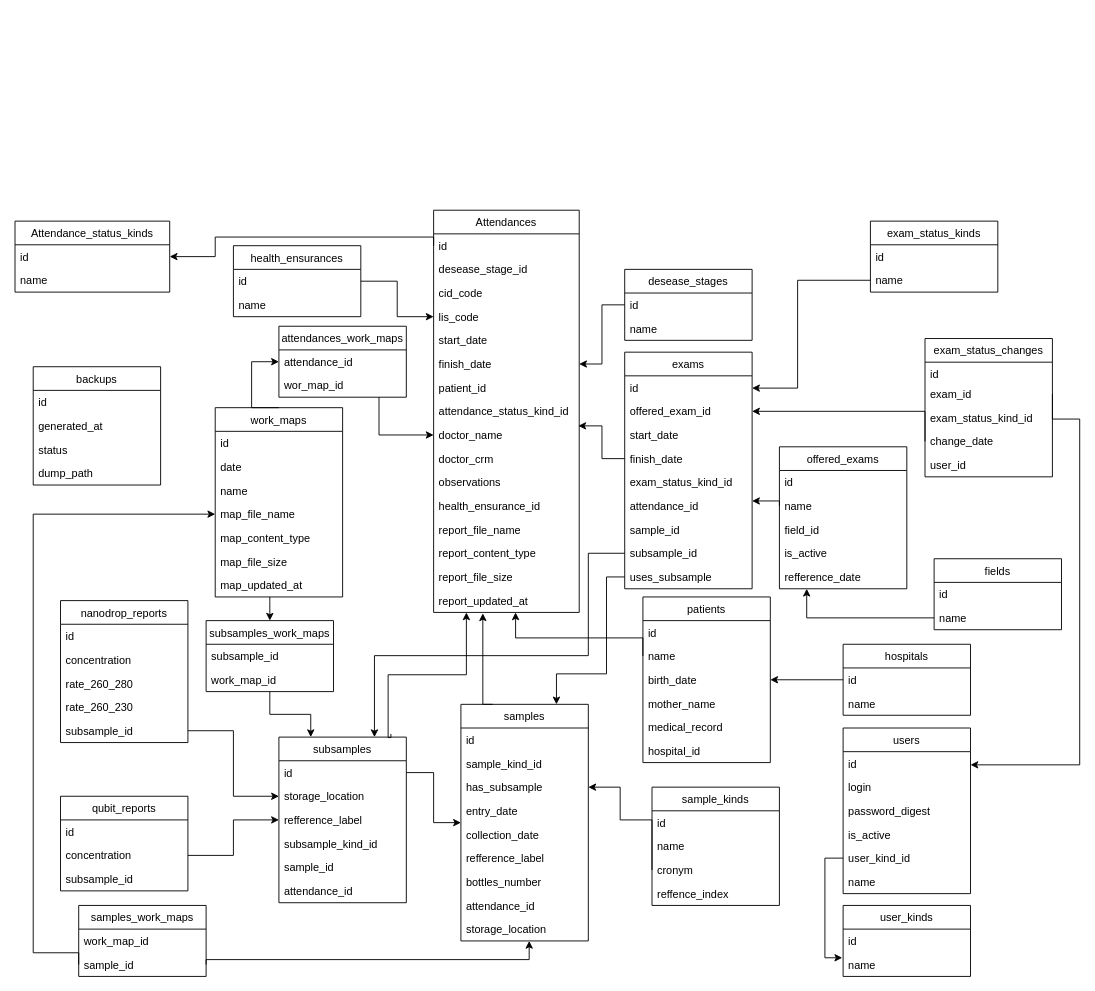
This is database.drawio from joaofelipe1294/genomico, a draw.io file, before an edit. Source tidied: cells renumbered, new cells numbered last; positions are measured from the earlier drawing's top-left corner, leaving out a move shared by most shapes. Both pictures are drawn from the tidied source at 91%, with x=0, y=0 at pixel (15, 209).
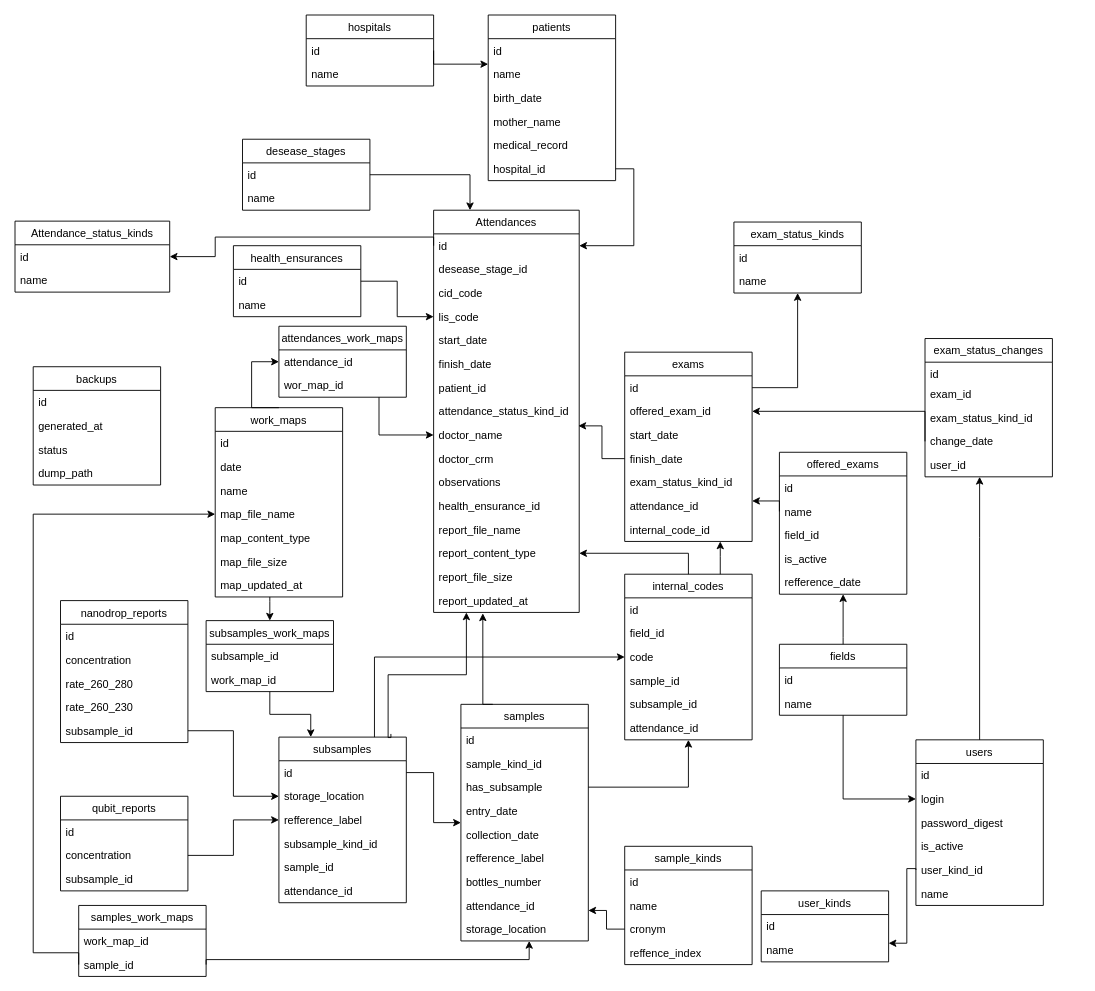
The same diagram, later.

Commit message:
Atualizado diagrama do banco de dados.

The change refers to these unchanged cells:
```xml
<mxCell id="5" value="Attendances" style="swimlane;fontStyle=0;horizontal=1;startSize=26;fillColor=none;" parent="1" vertex="1">
  <mxGeometry x="460" y="0.5" width="160" height="442" as="geometry" />
</mxCell>
<mxCell id="6" value="id" style="text;strokeColor=none;fillColor=none;align=left;verticalAlign=top;spacingLeft=4;spacingRight=4;overflow=hidden;points=[[0,0.5],[1,0.5]];portConstraint=eastwest;" parent="5" vertex="1">
  <mxGeometry y="26" width="160" height="26" as="geometry" />
</mxCell>
<mxCell id="11" value="finish_date" style="text;strokeColor=none;fillColor=none;align=left;verticalAlign=top;spacingLeft=4;spacingRight=4;overflow=hidden;points=[[0,0.5],[1,0.5]];portConstraint=eastwest;" parent="5" vertex="1">
  <mxGeometry y="156" width="160" height="26" as="geometry" />
</mxCell>
<mxCell id="19" value="report_content_type" style="text;strokeColor=none;fillColor=none;align=left;verticalAlign=top;spacingLeft=4;spacingRight=4;overflow=hidden;points=[[0,0.5],[1,0.5]];portConstraint=eastwest;" parent="5" vertex="1">
  <mxGeometry y="364" width="160" height="26" as="geometry" />
</mxCell>
<mxCell id="21" value="report_updated_at" style="text;strokeColor=none;fillColor=none;align=left;verticalAlign=top;spacingLeft=4;spacingRight=4;overflow=hidden;points=[[0,0.5],[1,0.5]];portConstraint=eastwest;" parent="5" vertex="1">
  <mxGeometry y="416" width="160" height="26" as="geometry" />
</mxCell>
<mxCell id="31" value="id" style="text;strokeColor=none;fillColor=none;align=left;verticalAlign=top;spacingLeft=4;spacingRight=4;overflow=hidden;points=[[0,0.5],[1,0.5]];portConstraint=eastwest;" parent="30" vertex="1">
  <mxGeometry y="26" width="140" height="26" as="geometry" />
</mxCell>
<mxCell id="33" value="exam_status_changes" style="swimlane;fontStyle=0;horizontal=1;startSize=26;fillColor=none;" parent="1" vertex="1">
  <mxGeometry x="1000" y="141.5" width="140" height="152" as="geometry" />
</mxCell>
<mxCell id="35" value="exam_id" style="text;strokeColor=none;fillColor=none;align=left;verticalAlign=top;spacingLeft=4;spacingRight=4;overflow=hidden;points=[[0,0.5],[1,0.5]];portConstraint=eastwest;" parent="33" vertex="1">
  <mxGeometry y="48" width="140" height="26" as="geometry" />
</mxCell>
<mxCell id="41" value="name" style="text;strokeColor=none;fillColor=none;align=left;verticalAlign=top;spacingLeft=4;spacingRight=4;overflow=hidden;points=[[0,0.5],[1,0.5]];portConstraint=eastwest;" parent="39" vertex="1">
  <mxGeometry y="52" width="140" height="26" as="geometry" />
</mxCell>
<mxCell id="43" value="id" style="text;strokeColor=none;fillColor=none;align=left;verticalAlign=top;spacingLeft=4;spacingRight=4;overflow=hidden;points=[[0,0.5],[1,0.5]];portConstraint=eastwest;" parent="42" vertex="1">
  <mxGeometry y="26" width="140" height="26" as="geometry" />
</mxCell>
<mxCell id="55" value="name" style="text;strokeColor=none;fillColor=none;align=left;verticalAlign=top;spacingLeft=4;spacingRight=4;overflow=hidden;points=[[0,0.5],[1,0.5]];portConstraint=eastwest;" parent="53" vertex="1">
  <mxGeometry y="52" width="140" height="26" as="geometry" />
</mxCell>
<mxCell id="60" value="id" style="text;strokeColor=none;fillColor=none;align=left;verticalAlign=top;spacingLeft=4;spacingRight=4;overflow=hidden;points=[[0,0.5],[1,0.5]];portConstraint=eastwest;" parent="59" vertex="1">
  <mxGeometry y="26" width="140" height="26" as="geometry" />
</mxCell>
<mxCell id="77" value="name" style="text;strokeColor=none;fillColor=none;align=left;verticalAlign=top;spacingLeft=4;spacingRight=4;overflow=hidden;points=[[0,0.5],[1,0.5]];portConstraint=eastwest;" parent="75" vertex="1">
  <mxGeometry y="52" width="140" height="26" as="geometry" />
</mxCell>
<mxCell id="81" value="hospital_id" style="text;strokeColor=none;fillColor=none;align=left;verticalAlign=top;spacingLeft=4;spacingRight=4;overflow=hidden;points=[[0,0.5],[1,0.5]];portConstraint=eastwest;" parent="75" vertex="1">
  <mxGeometry y="156" width="140" height="26" as="geometry" />
</mxCell>
<mxCell id="91" value="cronym" style="text;strokeColor=none;fillColor=none;align=left;verticalAlign=top;spacingLeft=4;spacingRight=4;overflow=hidden;points=[[0,0.5],[1,0.5]];portConstraint=eastwest;" parent="88" vertex="1">
  <mxGeometry y="78" width="140" height="26" as="geometry" />
</mxCell>
<mxCell id="94" value="samples" style="swimlane;fontStyle=0;horizontal=1;startSize=26;fillColor=none;" parent="1" vertex="1">
  <mxGeometry x="490" y="543.5" width="140" height="260" as="geometry" />
</mxCell>
<mxCell id="97" value="has_subsample" style="text;strokeColor=none;fillColor=none;align=left;verticalAlign=top;spacingLeft=4;spacingRight=4;overflow=hidden;points=[[0,0.5],[1,0.5]];portConstraint=eastwest;" parent="94" vertex="1">
  <mxGeometry y="78" width="140" height="26" as="geometry" />
</mxCell>
<mxCell id="102" value="attendance_id" style="text;strokeColor=none;fillColor=none;align=left;verticalAlign=top;spacingLeft=4;spacingRight=4;overflow=hidden;points=[[0,0.5],[1,0.5]];portConstraint=eastwest;" parent="94" vertex="1">
  <mxGeometry y="208" width="140" height="26" as="geometry" />
</mxCell>
<mxCell id="109" value="subsamples" style="swimlane;fontStyle=0;horizontal=1;startSize=26;fillColor=none;" parent="1" vertex="1">
  <mxGeometry x="290" y="579.5" width="140" height="182" as="geometry" />
</mxCell>
<mxCell id="124" value="id" style="text;strokeColor=none;fillColor=none;align=left;verticalAlign=top;spacingLeft=4;spacingRight=4;overflow=hidden;points=[[0,0.5],[1,0.5]];portConstraint=eastwest;" parent="123" vertex="1">
  <mxGeometry y="26" width="140" height="26" as="geometry" />
</mxCell>
<mxCell id="128" value="login" style="text;strokeColor=none;fillColor=none;align=left;verticalAlign=top;spacingLeft=4;spacingRight=4;overflow=hidden;points=[[0,0.5],[1,0.5]];portConstraint=eastwest;" parent="126" vertex="1">
  <mxGeometry y="52" width="140" height="26" as="geometry" />
</mxCell>
<mxCell id="131" value="user_kind_id" style="text;strokeColor=none;fillColor=none;align=left;verticalAlign=top;spacingLeft=4;spacingRight=4;overflow=hidden;points=[[0,0.5],[1,0.5]];portConstraint=eastwest;" parent="126" vertex="1">
  <mxGeometry y="130" width="140" height="26" as="geometry" />
</mxCell>
```

The edit, as a diff of the source:
```diff
@@
     <mxCell id="30" value="desease_stages" style="swimlane;fontStyle=0;horizontal=1;startSize=26;fillColor=none;" parent="1" vertex="1">
-      <mxGeometry x="670" y="65.5" width="140" height="78" as="geometry" />
+      <mxGeometry x="250" y="-77.5" width="140" height="78" as="geometry" />
     </mxCell>
@@
     <mxCell id="39" value="exam_status_kinds" style="swimlane;fontStyle=0;horizontal=1;startSize=26;fillColor=none;" parent="1" vertex="1">
-      <mxGeometry x="940" y="12.5" width="140" height="78" as="geometry" />
+      <mxGeometry x="790" y="13.5" width="140" height="78" as="geometry" />
     </mxCell>
@@
     <mxCell id="42" value="exams" style="swimlane;fontStyle=0;horizontal=1;startSize=26;fillColor=none;" parent="1" vertex="1">
-      <mxGeometry x="670" y="156.5" width="140" height="260" as="geometry" />
+      <mxGeometry x="670" y="156.5" width="140" height="208" as="geometry" />
     </mxCell>
@@
-    <mxCell id="49" value="sample_id" style="text;strokeColor=none;fillColor=none;align=left;verticalAlign=top;spacingLeft=4;spacingRight=4;overflow=hidden;" parent="42" vertex="1">
-      <mxGeometry y="182" width="140" height="26" as="geometry" />
-    </mxCell>
-    <mxCell id="50" value="subsample_id" style="text;strokeColor=none;fillColor=none;align=left;verticalAlign=top;spacingLeft=4;spacingRight=4;overflow=hidden;points=[[0,0.5],[1,0.5]];portConstraint=eastwest;" parent="42" vertex="1">
-      <mxGeometry y="208" width="140" height="26" as="geometry" />
-    </mxCell>
-    <mxCell id="51" value="uses_subsample" style="text;strokeColor=none;fillColor=none;align=left;verticalAlign=top;spacingLeft=4;spacingRight=4;overflow=hidden;points=[[0,0.5],[1,0.5]];portConstraint=eastwest;" parent="42" vertex="1">
-      <mxGeometry y="234" width="140" height="26" as="geometry" />
-    </mxCell>
+    <mxCell id="156" value="internal_code_id" style="text;strokeColor=none;fillColor=none;align=left;verticalAlign=top;spacingLeft=4;spacingRight=4;overflow=hidden;" parent="42" vertex="1">
+      <mxGeometry y="182" width="140" height="26" as="geometry" />
+    </mxCell>
@@
+    <mxCell id="157" style="edgeStyle=orthogonalEdgeStyle;rounded=0;jettySize=auto;html=1;" parent="1" edge="1" source="53" target="128">
+      <mxGeometry relative="1" as="geometry" />
+    </mxCell>
     <mxCell id="53" value="fields" style="swimlane;fontStyle=0;horizontal=1;startSize=26;fillColor=none;" parent="1" vertex="1">
-      <mxGeometry x="1010" y="383.5" width="140" height="78" as="geometry" />
+      <mxGeometry x="840" y="477.5" width="140" height="78" as="geometry" />
     </mxCell>
@@
     <mxCell id="59" value="hospitals" style="swimlane;fontStyle=0;horizontal=1;startSize=26;fillColor=none;" parent="1" vertex="1">
-      <mxGeometry x="910" y="477.5" width="140" height="78" as="geometry" />
+      <mxGeometry x="320" y="-214" width="140" height="78" as="geometry" />
     </mxCell>
@@
     <mxCell id="68" value="offered_exams" style="swimlane;fontStyle=0;horizontal=1;startSize=26;fillColor=none;" parent="1" vertex="1">
-      <mxGeometry x="840" y="260.5" width="140" height="156" as="geometry" />
+      <mxGeometry x="840" y="266.5" width="140" height="156" as="geometry" />
     </mxCell>
@@
-    <mxCell id="74" style="edgeStyle=orthogonalEdgeStyle;rounded=0;jettySize=auto;html=1;exitX=0;exitY=0.5;exitDx=0;exitDy=0;" parent="1" edge="1" source="55" target="68">
+    <mxCell id="74" style="edgeStyle=orthogonalEdgeStyle;rounded=0;jettySize=auto;html=1;exitX=0.5;exitY=0;exitDx=0;exitDy=0;" parent="1" edge="1" source="53" target="68">
       <mxGeometry relative="1" as="geometry">
         <Array as="points">
-          <mxPoint x="870" y="449" />
+          <mxPoint x="910" y="470" />
+          <mxPoint x="910" y="470" />
         </Array>
       </mxGeometry>
     </mxCell>
     <mxCell id="75" value="patients" style="swimlane;fontStyle=0;horizontal=1;startSize=26;fillColor=none;" parent="1" vertex="1">
-      <mxGeometry x="690" y="425.5" width="140" height="182" as="geometry" />
+      <mxGeometry x="520" y="-214" width="140" height="182" as="geometry" />
     </mxCell>
@@
-    <mxCell id="82" style="edgeStyle=orthogonalEdgeStyle;rounded=0;jettySize=auto;html=1;exitX=0;exitY=0.5;exitDx=0;exitDy=0;entryX=0.563;entryY=1;entryDx=0;entryDy=0;entryPerimeter=0;" parent="1" edge="1" source="77" target="21">
-      <mxGeometry relative="1" as="geometry">
-        <Array as="points">
-          <mxPoint x="690" y="470.5" />
-          <mxPoint x="550" y="470.5" />
-        </Array>
-      </mxGeometry>
-    </mxCell>
-    <mxCell id="83" style="edgeStyle=orthogonalEdgeStyle;rounded=0;jettySize=auto;html=1;exitX=0;exitY=0.5;exitDx=0;exitDy=0;" parent="1" edge="1" source="60" target="75">
-      <mxGeometry relative="1" as="geometry" />
-    </mxCell>
@@
     <mxCell id="88" value="sample_kinds" style="swimlane;fontStyle=0;horizontal=1;startSize=26;fillColor=none;" parent="1" vertex="1">
-      <mxGeometry x="700" y="634.5" width="140" height="130" as="geometry" />
+      <mxGeometry x="670" y="699.5" width="140" height="130" as="geometry" />
     </mxCell>
@@
-    <mxCell id="104" style="edgeStyle=orthogonalEdgeStyle;rounded=0;jettySize=auto;html=1;exitX=0;exitY=0.5;exitDx=0;exitDy=0;entryX=1;entryY=0.5;entryDx=0;entryDy=0;" parent="1" edge="1" source="91" target="97">
+    <mxCell id="104" style="edgeStyle=orthogonalEdgeStyle;rounded=0;jettySize=auto;html=1;exitX=0;exitY=0.5;exitDx=0;exitDy=0;" parent="1" edge="1" source="91" target="102">
       <mxGeometry relative="1" as="geometry">
         <Array as="points">
-          <mxPoint x="700" y="670.5" />
-          <mxPoint x="665" y="670.5" />
-          <mxPoint x="665" y="634.5" />
+          <mxPoint x="650" y="791" />
+          <mxPoint x="650" y="770" />
         </Array>
       </mxGeometry>
     </mxCell>
@@
+    <mxCell id="158" style="edgeStyle=orthogonalEdgeStyle;rounded=0;jettySize=auto;html=1;exitX=0.75;exitY=0;exitDx=0;exitDy=0;" parent="1" edge="1" source="109" target="162">
+      <mxGeometry relative="1" as="geometry" />
+    </mxCell>
@@
     <mxCell id="123" value="user_kinds" style="swimlane;fontStyle=0;horizontal=1;startSize=26;fillColor=none;" parent="1" vertex="1">
-      <mxGeometry x="910" y="764.5" width="140" height="78" as="geometry" />
+      <mxGeometry x="820" y="748.5" width="140" height="78" as="geometry" />
     </mxCell>
@@
+    <mxCell id="159" style="edgeStyle=orthogonalEdgeStyle;rounded=0;jettySize=auto;html=1;exitX=0.5;exitY=0;exitDx=0;exitDy=0;" parent="1" edge="1" source="126" target="33">
+      <mxGeometry relative="1" as="geometry">
+        <Array as="points">
+          <mxPoint x="1060" y="360" />
+          <mxPoint x="1060" y="360" />
+        </Array>
+      </mxGeometry>
+    </mxCell>
     <mxCell id="126" value="users" style="swimlane;fontStyle=0;horizontal=1;startSize=26;fillColor=none;" parent="1" vertex="1">
-      <mxGeometry x="910" y="569.5" width="140" height="182" as="geometry" />
+      <mxGeometry x="990" y="582.5" width="140" height="182" as="geometry" />
     </mxCell>
@@
-    <mxCell id="146" style="edgeStyle=orthogonalEdgeStyle;rounded=0;jettySize=auto;html=1;exitX=0;exitY=0.5;exitDx=0;exitDy=0;entryX=-0.007;entryY=1.212;entryDx=0;entryDy=0;entryPerimeter=0;" parent="1" edge="1" source="131" target="124">
-      <mxGeometry relative="1" as="geometry" />
+    <mxCell id="146" style="edgeStyle=orthogonalEdgeStyle;rounded=0;jettySize=auto;html=1;exitX=0;exitY=0.5;exitDx=0;exitDy=0;" parent="1" edge="1" source="131">
+      <mxGeometry relative="1" as="geometry">
+        <mxPoint x="960" y="806" as="targetPoint" />
+        <Array as="points">
+          <mxPoint x="980" y="724" />
+          <mxPoint x="980" y="806" />
+        </Array>
+      </mxGeometry>
     </mxCell>
@@
-    <mxCell id="148" style="edgeStyle=orthogonalEdgeStyle;rounded=0;jettySize=auto;html=1;exitX=0;exitY=0.5;exitDx=0;exitDy=0;" parent="1" edge="1" source="41" target="43">
-      <mxGeometry relative="1" as="geometry">
-        <Array as="points">
-          <mxPoint x="860" y="78" />
-          <mxPoint x="860" y="196" />
-        </Array>
-      </mxGeometry>
-    </mxCell>
-    <mxCell id="149" style="edgeStyle=orthogonalEdgeStyle;rounded=0;jettySize=auto;html=1;exitX=0;exitY=0.5;exitDx=0;exitDy=0;" parent="1" edge="1" source="31" target="11">
-      <mxGeometry relative="1" as="geometry" />
-    </mxCell>
@@
-    <mxCell id="153" style="edgeStyle=orthogonalEdgeStyle;rounded=0;jettySize=auto;html=1;exitX=0;exitY=0.5;exitDx=0;exitDy=0;entryX=0.75;entryY=0;entryDx=0;entryDy=0;" parent="1" edge="1" source="51" target="94">
-      <mxGeometry relative="1" as="geometry">
-        <Array as="points">
-          <mxPoint x="650" y="404" />
-          <mxPoint x="650" y="510" />
-          <mxPoint x="595" y="510" />
-        </Array>
-      </mxGeometry>
-    </mxCell>
-    <mxCell id="154" style="edgeStyle=orthogonalEdgeStyle;rounded=0;jettySize=auto;html=1;exitX=0;exitY=0.5;exitDx=0;exitDy=0;entryX=0.75;entryY=0;entryDx=0;entryDy=0;" parent="1" edge="1" source="50" target="109">
-      <mxGeometry relative="1" as="geometry">
-        <Array as="points">
-          <mxPoint x="630" y="378" />
-          <mxPoint x="630" y="490" />
-          <mxPoint x="395" y="490" />
-        </Array>
-      </mxGeometry>
-    </mxCell>
-    <mxCell id="155" style="edgeStyle=orthogonalEdgeStyle;rounded=0;jettySize=auto;html=1;exitX=1;exitY=0.5;exitDx=0;exitDy=0;" parent="1" edge="1" source="35" target="126">
-      <mxGeometry relative="1" as="geometry">
-        <Array as="points">
-          <mxPoint x="1140" y="230" />
-          <mxPoint x="1170" y="230" />
-          <mxPoint x="1170" y="610" />
-        </Array>
-      </mxGeometry>
-    </mxCell>
+    <mxCell id="160" style="edgeStyle=orthogonalEdgeStyle;rounded=0;jettySize=auto;html=1;exitX=0.5;exitY=0;exitDx=0;exitDy=0;entryX=1;entryY=0.5;entryDx=0;entryDy=0;" parent="1" edge="1" source="162" target="19">
+      <mxGeometry relative="1" as="geometry" />
+    </mxCell>
+    <mxCell id="161" style="edgeStyle=orthogonalEdgeStyle;rounded=0;jettySize=auto;html=1;exitX=0.75;exitY=0;exitDx=0;exitDy=0;" parent="1" edge="1" source="162" target="42">
+      <mxGeometry relative="1" as="geometry">
+        <Array as="points">
+          <mxPoint x="775" y="381" />
+          <mxPoint x="775" y="381" />
+        </Array>
+      </mxGeometry>
+    </mxCell>
+    <mxCell id="162" value="internal_codes" style="swimlane;fontStyle=0;horizontal=1;startSize=26;fillColor=none;" parent="1" vertex="1">
+      <mxGeometry x="670" y="400.5" width="140" height="182" as="geometry" />
+    </mxCell>
+    <mxCell id="163" value="id" style="text;strokeColor=none;fillColor=none;align=left;verticalAlign=top;spacingLeft=4;spacingRight=4;overflow=hidden;" parent="162" vertex="1">
+      <mxGeometry y="26" width="140" height="26" as="geometry" />
+    </mxCell>
+    <mxCell id="164" value="field_id" style="text;strokeColor=none;fillColor=none;align=left;verticalAlign=top;spacingLeft=4;spacingRight=4;overflow=hidden;" parent="162" vertex="1">
+      <mxGeometry y="52" width="140" height="26" as="geometry" />
+    </mxCell>
+    <mxCell id="165" value="code" style="text;strokeColor=none;fillColor=none;align=left;verticalAlign=top;spacingLeft=4;spacingRight=4;overflow=hidden;" parent="162" vertex="1">
+      <mxGeometry y="78" width="140" height="26" as="geometry" />
+    </mxCell>
+    <mxCell id="49" value="sample_id" style="text;strokeColor=none;fillColor=none;align=left;verticalAlign=top;spacingLeft=4;spacingRight=4;overflow=hidden;" parent="162" vertex="1">
+      <mxGeometry y="104" width="140" height="26" as="geometry" />
+    </mxCell>
+    <mxCell id="50" value="subsample_id" style="text;strokeColor=none;fillColor=none;align=left;verticalAlign=top;spacingLeft=4;spacingRight=4;overflow=hidden;points=[[0,0.5],[1,0.5]];portConstraint=eastwest;" parent="162" vertex="1">
+      <mxGeometry y="130" width="140" height="26" as="geometry" />
+    </mxCell>
+    <mxCell id="166" value="attendance_id" style="text;strokeColor=none;fillColor=none;align=left;verticalAlign=top;spacingLeft=4;spacingRight=4;overflow=hidden;" parent="162" vertex="1">
+      <mxGeometry y="156" width="140" height="26" as="geometry" />
+    </mxCell>
+    <mxCell id="167" style="edgeStyle=orthogonalEdgeStyle;rounded=0;jettySize=auto;html=1;exitX=1;exitY=0.5;exitDx=0;exitDy=0;" parent="1" edge="1" source="81" target="6">
+      <mxGeometry relative="1" as="geometry" />
+    </mxCell>
+    <mxCell id="83" style="edgeStyle=orthogonalEdgeStyle;rounded=0;jettySize=auto;html=1;exitX=1;exitY=0.5;exitDx=0;exitDy=0;" parent="1" edge="1" source="60" target="75">
+      <mxGeometry relative="1" as="geometry">
+        <Array as="points">
+          <mxPoint x="460" y="-160" />
+        </Array>
+      </mxGeometry>
+    </mxCell>
+    <mxCell id="168" style="edgeStyle=orthogonalEdgeStyle;rounded=0;jettySize=auto;html=1;exitX=1;exitY=0.5;exitDx=0;exitDy=0;entryX=0.25;entryY=0;entryDx=0;entryDy=0;" parent="1" edge="1" source="31" target="5">
+      <mxGeometry relative="1" as="geometry">
+        <Array as="points">
+          <mxPoint x="500" y="-38" />
+        </Array>
+      </mxGeometry>
+    </mxCell>
+    <mxCell id="169" style="edgeStyle=orthogonalEdgeStyle;rounded=0;jettySize=auto;html=1;" parent="1" edge="1" source="43" target="39">
+      <mxGeometry relative="1" as="geometry" />
+    </mxCell>
+    <mxCell id="170" style="edgeStyle=orthogonalEdgeStyle;rounded=0;jettySize=auto;html=1;exitX=1;exitY=0.5;exitDx=0;exitDy=0;" parent="1" edge="1" source="97" target="162">
+      <mxGeometry relative="1" as="geometry" />
+    </mxCell>
```
